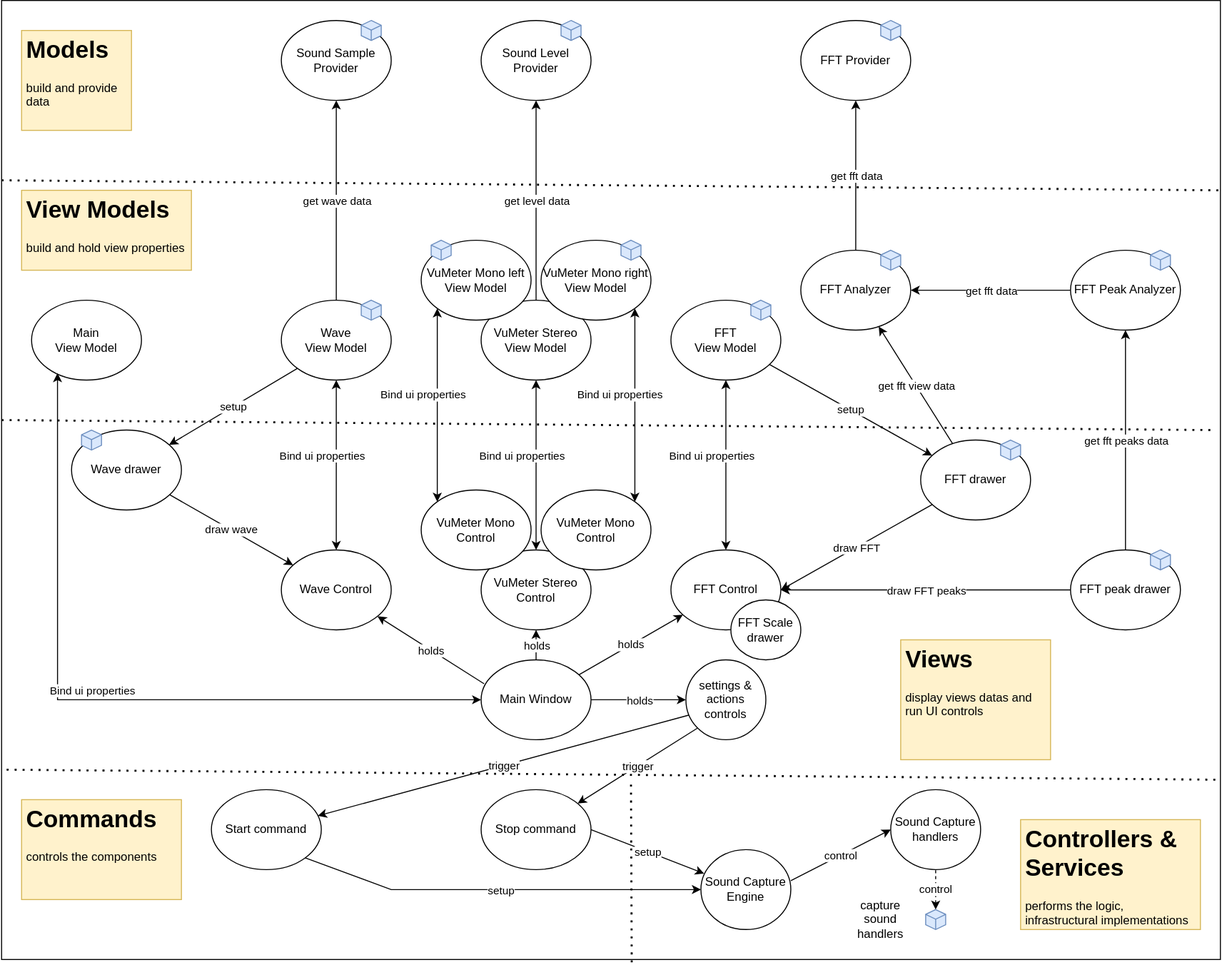
Earlier version of the draw.io export Doc/components1.drawio.svg (franck-gaspoz/WindowsAudioSessionSample). Source tidied: cells renumbered, new cells last; positions are measured from the earlier drawing's top-left corner, leaving out a move shared by most shapes.
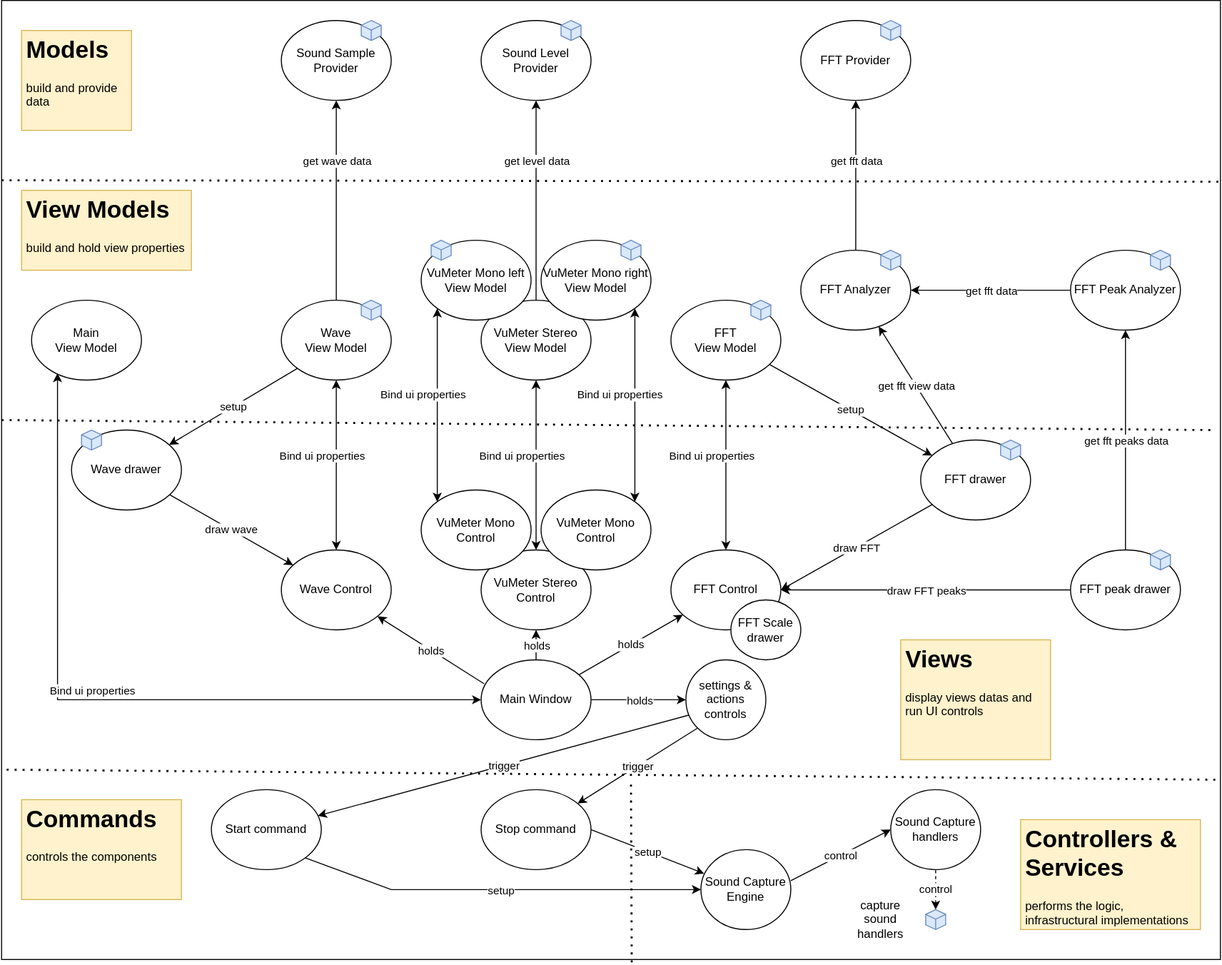
The same diagram one commit later.

Diff of the diagram source:
```diff
@@ -50,7 +50,9 @@
       <mxGeometry relative="1" as="geometry" />
     </mxCell>
     <mxCell id="17" value="get fft data" style="edgeLabel;html=1;align=center;verticalAlign=middle;" parent="16" vertex="1">
-      <mxGeometry relative="1" as="geometry" />
+      <mxGeometry relative="1" as="geometry">
+        <mxPoint y="-15" as="offset" />
+      </mxGeometry>
     </mxCell>
     <mxCell id="18" style="endArrow=classic;html=1;rounded=0;" parent="1" edge="1" source="49" target="15">
       <mxGeometry relative="1" as="geometry" />
@@ -95,7 +97,9 @@
       <mxGeometry relative="1" as="geometry" />
     </mxCell>
     <mxCell id="32" value="get wave data" style="edgeLabel;html=1;align=center;verticalAlign=middle;" parent="31" vertex="1">
-      <mxGeometry relative="1" as="geometry" />
+      <mxGeometry relative="1" as="geometry">
+        <mxPoint y="-40" as="offset" />
+      </mxGeometry>
     </mxCell>
     <mxCell id="33" style="endArrow=classic;html=1;rounded=0;exitX=0;exitY=1;exitDx=0;exitDy=0;" parent="1" edge="1" source="26" target="28">
       <mxGeometry relative="1" as="geometry" />
@@ -123,7 +127,9 @@
       </mxGeometry>
     </mxCell>
     <mxCell id="40" value="get level data" style="edgeLabel;html=1;align=center;verticalAlign=middle;" parent="39" vertex="1">
-      <mxGeometry relative="1" as="geometry" />
+      <mxGeometry relative="1" as="geometry">
+        <mxPoint y="-40" as="offset" />
+      </mxGeometry>
     </mxCell>
     <mxCell id="41" value="VuMeter Stereo Control" style="ellipse;whiteSpace=wrap;html=1;" parent="1" vertex="1">
       <mxGeometry x="480" y="550" width="110" height="80" as="geometry" />
@@ -157,10 +163,9 @@
     <mxCell id="49" value="FFT Peak Analyzer" style="ellipse;whiteSpace=wrap;html=1;" parent="1" vertex="1">
       <mxGeometry x="1070" y="250" width="110" height="80" as="geometry" />
     </mxCell>
-    <mxCell id="50" style="endArrow=none;dashed=1;html=1;dashPattern=1 3;strokeWidth=2;rounded=0;" parent="1" edge="1">
+    <mxCell id="50" style="endArrow=none;dashed=1;html=1;dashPattern=1 3;strokeWidth=2;rounded=0;entryX=1;entryY=0.189;entryDx=0;entryDy=0;entryPerimeter=0;" parent="1" edge="1" target="2">
       <mxGeometry relative="1" as="geometry">
         <mxPoint y="180" as="sourcePoint" />
-        <mxPoint x="1220" y="190" as="targetPoint" />
       </mxGeometry>
     </mxCell>
     <mxCell id="51" value="&lt;h1&gt;View Models&lt;br&gt;&lt;/h1&gt;&lt;p&gt;build and hold view properties&lt;br&gt;&lt;/p&gt;" style="text;html=1;strokeColor=#d6b656;fillColor=#fff2cc;spacing=5;spacingTop=-20;whiteSpace=wrap;overflow=hidden;rounded=0;" parent="1" vertex="1">
```
